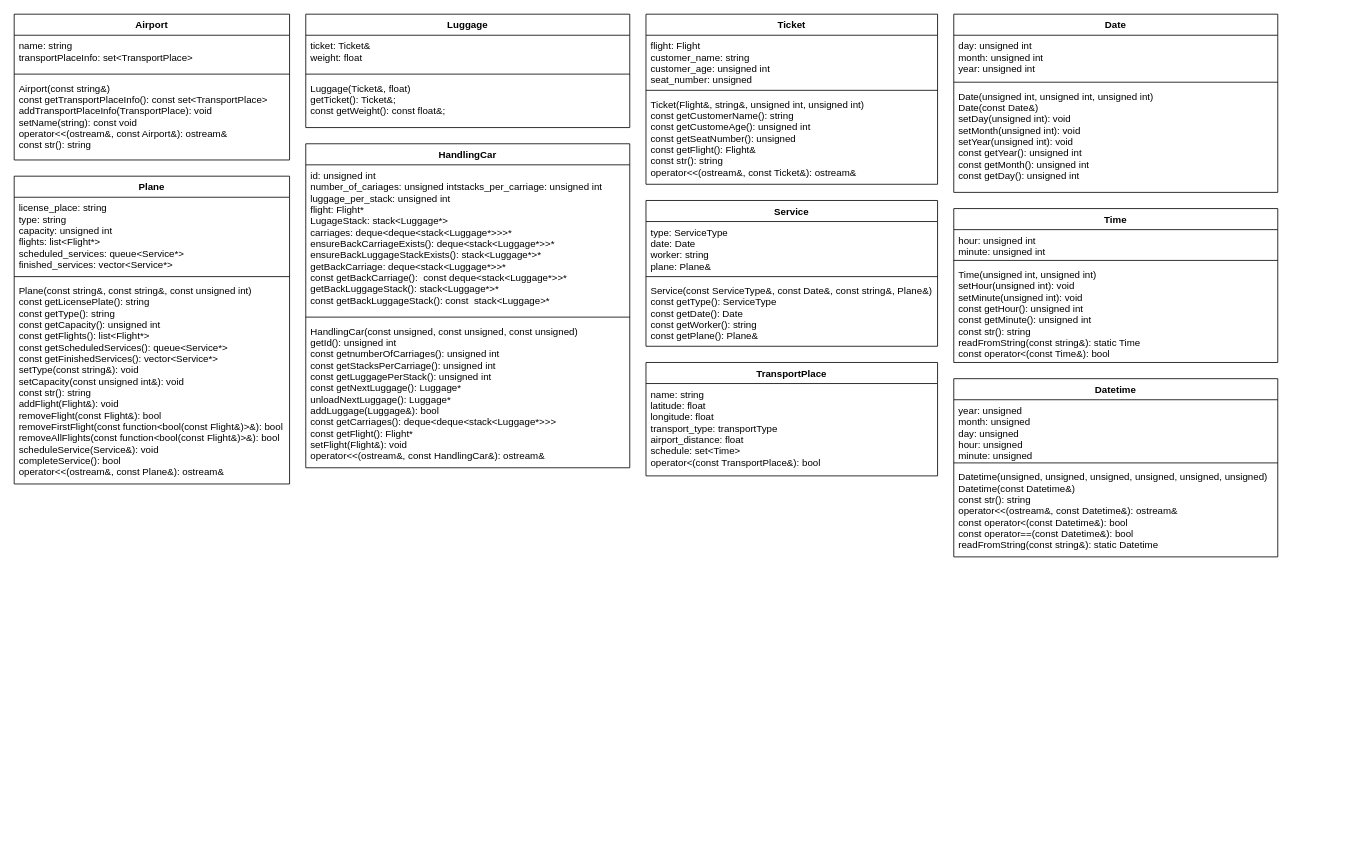
Before: Untitled Diagram.drawio in dendinho-e-bolinha/airline, a draw.io diagram. Source tidied: cells renumbered, new cells numbered last; positions are measured from the earlier drawing's top-left corner, leaving out a move shared by most shapes. Both pictures are drawn from the tidied source at 81%, with x=0, y=0 at pixel (14, 14).
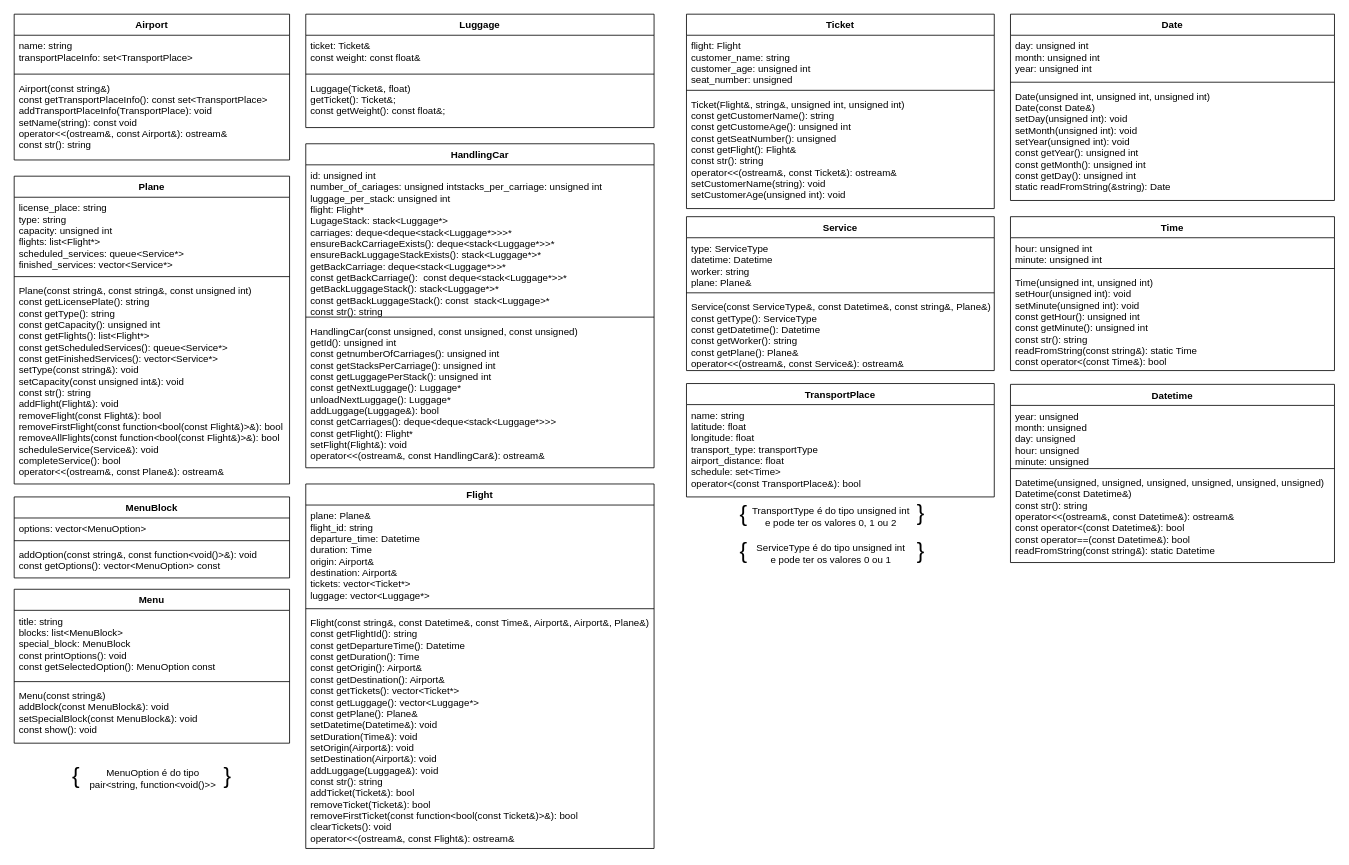
The same diagram, later.

Commit message:
Updated class diagram

What changed in the source:
```diff
@@
     <mxCell id="6" value="TransportPlace" style="swimlane;fontStyle=1;align=center;verticalAlign=top;horizontal=1;startSize=26;glass=0;strokeColor=default;" parent="1" vertex="1">
-      <mxGeometry x="780" y="430" width="360" height="140" as="geometry" />
+      <mxGeometry x="830" y="456" width="380" height="140" as="geometry" />
     </mxCell>
     <mxCell id="7" value="name: string&#10;latitude: float&#10;longitude: float&#10;transport_type: transportType&#10;airport_distance: float&#10;schedule: set&lt;Time&gt;&#10;operator&lt;(const TransportPlace&amp;): bool" style="text;strokeColor=none;fillColor=none;align=left;verticalAlign=top;spacingLeft=4;spacingRight=4;overflow=hidden;glass=0;" parent="6" vertex="1">
-      <mxGeometry y="26" width="360" height="114" as="geometry" />
+      <mxGeometry y="26" width="380" height="114" as="geometry" />
     </mxCell>
     <mxCell id="8" value="Ticket" style="swimlane;fontStyle=1;align=center;verticalAlign=top;horizontal=1;startSize=26;glass=0;strokeColor=default;" parent="1" vertex="1">
-      <mxGeometry x="780" width="360" height="210" as="geometry" />
+      <mxGeometry x="830" width="380" height="240" as="geometry" />
     </mxCell>
     <mxCell id="9" value="flight: Flight&#10;customer_name: string&#10;customer_age: unsigned int&#10;seat_number: unsigned&#10;" style="text;strokeColor=none;fillColor=none;align=left;verticalAlign=top;spacingLeft=4;spacingRight=4;overflow=hidden;glass=0;" parent="8" vertex="1">
-      <mxGeometry y="26" width="360" height="64" as="geometry" />
+      <mxGeometry y="26" width="380" height="64" as="geometry" />
     </mxCell>
     <mxCell id="10" style="line;strokeWidth=1;fillColor=none;align=left;verticalAlign=middle;spacingTop=-1;spacingLeft=3;spacingRight=3;labelPosition=right;glass=0;" parent="8" vertex="1">
-      <mxGeometry y="90" width="360" height="8" as="geometry" />
+      <mxGeometry y="90" width="380" height="8" as="geometry" />
     </mxCell>
-    <mxCell id="11" value="Ticket(Flight&amp;, string&amp;, unsigned int, unsigned int)&#10;const getCustomerName(): string&#10;const getCustomeAge(): unsigned int&#10;const getSeatNumber(): unsigned&#10;const getFlight(): Flight&amp;&#10;const str(): string&#10;operator&lt;&lt;(ostream&amp;, const Ticket&amp;): ostream&amp;&#10;&#10;" style="text;strokeColor=none;fillColor=none;align=left;verticalAlign=top;spacingLeft=4;spacingRight=4;overflow=hidden;glass=0;" parent="8" vertex="1">
-      <mxGeometry y="98" width="360" height="112" as="geometry" />
+    <mxCell id="11" value="Ticket(Flight&amp;, string&amp;, unsigned int, unsigned int)&#10;const getCustomerName(): string&#10;const getCustomeAge(): unsigned int&#10;const getSeatNumber(): unsigned&#10;const getFlight(): Flight&amp;&#10;const str(): string&#10;operator&lt;&lt;(ostream&amp;, const Ticket&amp;): ostream&amp;&#10;setCustomerName(string): void&#10;setCustomerAge(unsigned int): void&#10;" style="text;strokeColor=none;fillColor=none;align=left;verticalAlign=top;spacingLeft=4;spacingRight=4;overflow=hidden;glass=0;" parent="8" vertex="1">
+      <mxGeometry y="98" width="380" height="142" as="geometry" />
     </mxCell>
@@
     <mxCell id="16" value="Service" style="swimlane;fontStyle=1;align=center;verticalAlign=top;horizontal=1;startSize=26;glass=0;strokeColor=default;" parent="1" vertex="1">
-      <mxGeometry x="780" y="230" width="360" height="180" as="geometry" />
+      <mxGeometry x="830" y="250" width="380" height="190" as="geometry" />
     </mxCell>
-    <mxCell id="17" value="type: ServiceType&#10;date: Date&#10;worker: string&#10;plane: Plane&amp;&#10;" style="text;strokeColor=none;fillColor=none;align=left;verticalAlign=top;spacingLeft=4;spacingRight=4;overflow=hidden;glass=0;" parent="16" vertex="1">
-      <mxGeometry y="26" width="360" height="64" as="geometry" />
+    <mxCell id="17" value="type: ServiceType&#10;datetime: Datetime&#10;worker: string&#10;plane: Plane&amp;&#10;" style="text;strokeColor=none;fillColor=none;align=left;verticalAlign=top;spacingLeft=4;spacingRight=4;overflow=hidden;glass=0;" parent="16" vertex="1">
+      <mxGeometry y="26" width="380" height="64" as="geometry" />
     </mxCell>
     <mxCell id="18" style="line;strokeWidth=1;fillColor=none;align=left;verticalAlign=middle;spacingTop=-1;spacingLeft=3;spacingRight=3;labelPosition=right;glass=0;" parent="16" vertex="1">
-      <mxGeometry y="90" width="360" height="8" as="geometry" />
+      <mxGeometry y="90" width="380" height="8" as="geometry" />
     </mxCell>
-    <mxCell id="19" value="Service(const ServiceType&amp;, const Date&amp;, const string&amp;, Plane&amp;)&#10;const getType(): ServiceType&#10;const getDate(): Date&#10;const getWorker(): string&#10;const getPlane(): Plane&amp;&#10;" style="text;strokeColor=none;fillColor=none;align=left;verticalAlign=top;spacingLeft=4;spacingRight=4;overflow=hidden;glass=0;" parent="16" vertex="1">
-      <mxGeometry y="98" width="360" height="82" as="geometry" />
+    <mxCell id="19" value="Service(const ServiceType&amp;, const Datetime&amp;, const string&amp;, Plane&amp;)&#10;const getType(): ServiceType&#10;const getDatetime(): Datetime&#10;const getWorker(): string&#10;const getPlane(): Plane&amp;&#10;operator&lt;&lt;(ostream&amp;, const Service&amp;): ostream&amp;&#10;" style="text;strokeColor=none;fillColor=none;align=left;verticalAlign=top;spacingLeft=4;spacingRight=4;overflow=hidden;glass=0;" parent="16" vertex="1">
+      <mxGeometry y="98" width="380" height="92" as="geometry" />
     </mxCell>
     <mxCell id="20" value="Date" style="swimlane;fontStyle=1;align=center;verticalAlign=top;horizontal=1;startSize=26;glass=0;strokeColor=default;" parent="1" vertex="1">
-      <mxGeometry x="1160" width="400" height="220" as="geometry" />
+      <mxGeometry x="1230" width="400" height="230" as="geometry" />
     </mxCell>
@@
-    <mxCell id="23" value="Date(unsigned int, unsigned int, unsigned int)&#10;Date(const Date&amp;)&#10;setDay(unsigned int): void&#10;setMonth(unsigned int): void&#10;setYear(unsigned int): void&#10;const getYear(): unsigned int&#10;const getMonth(): unsigned int&#10;const getDay(): unsigned int" style="text;strokeColor=none;fillColor=none;align=left;verticalAlign=top;spacingLeft=4;spacingRight=4;overflow=hidden;glass=0;" parent="20" vertex="1">
-      <mxGeometry y="88" width="400" height="132" as="geometry" />
+    <mxCell id="23" value="Date(unsigned int, unsigned int, unsigned int)&#10;Date(const Date&amp;)&#10;setDay(unsigned int): void&#10;setMonth(unsigned int): void&#10;setYear(unsigned int): void&#10;const getYear(): unsigned int&#10;const getMonth(): unsigned int&#10;const getDay(): unsigned int&#10;static readFromString(&amp;string): Date&#10;" style="text;strokeColor=none;fillColor=none;align=left;verticalAlign=top;spacingLeft=4;spacingRight=4;overflow=hidden;glass=0;" parent="20" vertex="1">
+      <mxGeometry y="88" width="400" height="142" as="geometry" />
     </mxCell>
     <mxCell id="24" value="Time" style="swimlane;fontStyle=1;align=center;verticalAlign=top;horizontal=1;startSize=26;glass=0;strokeColor=default;" parent="1" vertex="1">
-      <mxGeometry x="1160" y="240" width="400" height="190" as="geometry" />
+      <mxGeometry x="1230" y="250" width="400" height="190" as="geometry" />
     </mxCell>
@@
     <mxCell id="28" value="Luggage" style="swimlane;fontStyle=1;align=center;verticalAlign=top;horizontal=1;startSize=26;glass=0;strokeColor=default;" parent="1" vertex="1">
-      <mxGeometry x="360" width="400" height="140" as="geometry" />
+      <mxGeometry x="360" width="430" height="140" as="geometry" />
     </mxCell>
-    <mxCell id="29" value="ticket: Ticket&amp;&#10;weight: float&#10;" style="text;strokeColor=none;fillColor=none;align=left;verticalAlign=top;spacingLeft=4;spacingRight=4;overflow=hidden;glass=0;" parent="28" vertex="1">
-      <mxGeometry y="26" width="400" height="44" as="geometry" />
+    <mxCell id="29" value="ticket: Ticket&amp;&#10;const weight: const float&amp;&#10;" style="text;strokeColor=none;fillColor=none;align=left;verticalAlign=top;spacingLeft=4;spacingRight=4;overflow=hidden;glass=0;" parent="28" vertex="1">
+      <mxGeometry y="26" width="430" height="44" as="geometry" />
     </mxCell>
     <mxCell id="30" style="line;strokeWidth=1;fillColor=none;align=left;verticalAlign=middle;spacingTop=-1;spacingLeft=3;spacingRight=3;labelPosition=right;glass=0;" parent="28" vertex="1">
-      <mxGeometry y="70" width="400" height="8" as="geometry" />
+      <mxGeometry y="70" width="430" height="8" as="geometry" />
     </mxCell>
     <mxCell id="31" value="Luggage(Ticket&amp;, float)&#10;getTicket(): Ticket&amp;;&#10;const getWeight(): const float&amp;;&#10;" style="text;strokeColor=none;fillColor=none;align=left;verticalAlign=top;spacingLeft=4;spacingRight=4;overflow=hidden;glass=0;" parent="28" vertex="1">
-      <mxGeometry y="78" width="400" height="62" as="geometry" />
+      <mxGeometry y="78" width="430" height="62" as="geometry" />
     </mxCell>
     <mxCell id="32" value="HandlingCar" style="swimlane;fontStyle=1;align=center;verticalAlign=top;horizontal=1;startSize=26;" parent="1" vertex="1">
-      <mxGeometry x="360" y="160" width="400" height="400" as="geometry" />
+      <mxGeometry x="360" y="160" width="430" height="400" as="geometry" />
     </mxCell>
-    <mxCell id="33" value="id: unsigned int&#10;number_of_cariages: unsigned intstacks_per_carriage: unsigned int&#10;luggage_per_stack: unsigned int&#10;flight: Flight*&#10;LugageStack: stack&lt;Luggage*&gt;&#10;carriages: deque&lt;deque&lt;stack&lt;Luggage*&gt;&gt;&gt;*&#10;ensureBackCarriageExists(): deque&lt;stack&lt;Luggage*&gt;&gt;*&#10;ensureBackLuggageStackExists(): stack&lt;Luggage*&gt;*&#10;getBackCarriage: deque&lt;stack&lt;Luggage*&gt;&gt;*&#10;const getBackCarriage():  const deque&lt;stack&lt;Luggage*&gt;&gt;*&#10;getBackLuggageStack(): stack&lt;Luggage*&gt;*&#10;const getBackLuggageStack(): const  stack&lt;Luggage&gt;*&#10;" style="text;strokeColor=none;fillColor=none;align=left;verticalAlign=top;spacingLeft=4;spacingRight=4;overflow=hidden;" parent="32" vertex="1">
-      <mxGeometry y="26" width="400" height="184" as="geometry" />
+    <mxCell id="33" value="id: unsigned int&#10;number_of_cariages: unsigned intstacks_per_carriage: unsigned int&#10;luggage_per_stack: unsigned int&#10;flight: Flight*&#10;LugageStack: stack&lt;Luggage*&gt;&#10;carriages: deque&lt;deque&lt;stack&lt;Luggage*&gt;&gt;&gt;*&#10;ensureBackCarriageExists(): deque&lt;stack&lt;Luggage*&gt;&gt;*&#10;ensureBackLuggageStackExists(): stack&lt;Luggage*&gt;*&#10;getBackCarriage: deque&lt;stack&lt;Luggage*&gt;&gt;*&#10;const getBackCarriage():  const deque&lt;stack&lt;Luggage*&gt;&gt;*&#10;getBackLuggageStack(): stack&lt;Luggage*&gt;*&#10;const getBackLuggageStack(): const  stack&lt;Luggage&gt;*&#10;const str(): string&#10;&#10;" style="text;strokeColor=none;fillColor=none;align=left;verticalAlign=top;spacingLeft=4;spacingRight=4;overflow=hidden;" parent="32" vertex="1">
+      <mxGeometry y="26" width="430" height="184" as="geometry" />
     </mxCell>
     <mxCell id="34" style="line;strokeWidth=1;fillColor=none;align=left;verticalAlign=middle;spacingTop=-1;spacingLeft=3;spacingRight=3;labelPosition=right;" parent="32" vertex="1">
-      <mxGeometry y="210" width="400" height="8" as="geometry" />
+      <mxGeometry y="210" width="430" height="8" as="geometry" />
     </mxCell>
     <mxCell id="35" value="HandlingCar(const unsigned, const unsigned, const unsigned)&#10;getId(): unsigned int&#10;const getnumberOfCarriages(): unsigned int&#10;const getStacksPerCarriage(): unsigned int&#10;const getLuggagePerStack(): unsigned int&#10;const getNextLuggage(): Luggage*&#10;unloadNextLuggage(): Luggage*&#10;addLuggage(Luggage&amp;): bool&#10;const getCarriages(): deque&lt;deque&lt;stack&lt;Luggage*&gt;&gt;&gt;&#10;const getFlight(): Flight*&#10;setFlight(Flight&amp;): void&#10;operator&lt;&lt;(ostream&amp;, const HandlingCar&amp;): ostream&amp;&#10;&#10;&#10;&#10;" style="text;strokeColor=none;fillColor=none;align=left;verticalAlign=top;spacingLeft=4;spacingRight=4;overflow=hidden;" parent="32" vertex="1">
-      <mxGeometry y="218" width="400" height="182" as="geometry" />
+      <mxGeometry y="218" width="430" height="182" as="geometry" />
     </mxCell>
     <mxCell id="36" value="Datetime" style="swimlane;fontStyle=1;align=center;verticalAlign=top;horizontal=1;startSize=26;glass=0;strokeColor=default;" parent="1" vertex="1">
-      <mxGeometry x="1160" y="450" width="400" height="220" as="geometry" />
+      <mxGeometry x="1230" y="457" width="400" height="220" as="geometry" />
     </mxCell>
@@
+    <mxCell id="40" value="MenuBlock" style="swimlane;fontStyle=1;align=center;verticalAlign=top;horizontal=1;startSize=26;" parent="1" vertex="1">
+      <mxGeometry y="596" width="340" height="100" as="geometry" />
+    </mxCell>
+    <mxCell id="41" value="options: vector&lt;MenuOption&gt;" style="text;strokeColor=none;fillColor=none;align=left;verticalAlign=top;spacingLeft=4;spacingRight=4;overflow=hidden;" parent="40" vertex="1">
+      <mxGeometry y="26" width="340" height="24" as="geometry" />
+    </mxCell>
+    <mxCell id="42" style="line;strokeWidth=1;fillColor=none;align=left;verticalAlign=middle;spacingTop=-1;spacingLeft=3;spacingRight=3;labelPosition=right;" parent="40" vertex="1">
+      <mxGeometry y="50" width="340" height="8" as="geometry" />
+    </mxCell>
+    <mxCell id="43" value="addOption(const string&amp;, const function&lt;void()&gt;&amp;): void&#10;const getOptions(): vector&lt;MenuOption&gt; const&#10;" style="text;strokeColor=none;fillColor=none;align=left;verticalAlign=top;spacingLeft=4;spacingRight=4;overflow=hidden;" parent="40" vertex="1">
+      <mxGeometry y="58" width="340" height="42" as="geometry" />
+    </mxCell>
+    <mxCell id="44" value="Menu" style="swimlane;fontStyle=1;align=center;verticalAlign=top;horizontal=1;startSize=26;" parent="1" vertex="1">
+      <mxGeometry y="710" width="340" height="190" as="geometry" />
+    </mxCell>
+    <mxCell id="45" value="title: string&#10;blocks: list&lt;MenuBlock&gt;&#10;special_block: MenuBlock&#10;const printOptions(): void&#10;const getSelectedOption(): MenuOption const&#10;" style="text;strokeColor=none;fillColor=none;align=left;verticalAlign=top;spacingLeft=4;spacingRight=4;overflow=hidden;" parent="44" vertex="1">
+      <mxGeometry y="26" width="340" height="84" as="geometry" />
+    </mxCell>
+    <mxCell id="46" style="line;strokeWidth=1;fillColor=none;align=left;verticalAlign=middle;spacingTop=-1;spacingLeft=3;spacingRight=3;labelPosition=right;" parent="44" vertex="1">
+      <mxGeometry y="110" width="340" height="8" as="geometry" />
+    </mxCell>
+    <mxCell id="47" value="Menu(const string&amp;)&#10;addBlock(const MenuBlock&amp;): void&#10;setSpecialBlock(const MenuBlock&amp;): void&#10;const show(): void&#10;" style="text;strokeColor=none;fillColor=none;align=left;verticalAlign=top;spacingLeft=4;spacingRight=4;overflow=hidden;" parent="44" vertex="1">
+      <mxGeometry y="118" width="340" height="72" as="geometry" />
+    </mxCell>
+    <mxCell id="48" value="{" style="text;html=1;align=center;verticalAlign=middle;strokeColor=none;fillColor=none;fontSize=28;" parent="1" vertex="1">
+      <mxGeometry x="890" y="596" width="20" height="40" as="geometry" />
+    </mxCell>
+    <mxCell id="49" value="{" style="text;html=1;align=center;verticalAlign=middle;strokeColor=none;fillColor=none;fontSize=28;rotation=-180;" parent="1" vertex="1">
+      <mxGeometry x="1110" y="602" width="20" height="40" as="geometry" />
+    </mxCell>
+    <mxCell id="50" value="&lt;div&gt;TransportType é do tipo unsigned int&lt;/div&gt;&lt;div&gt; e pode ter os valores 0, 1 ou 2&lt;/div&gt;" style="text;html=1;align=center;verticalAlign=middle;strokeColor=none;fillColor=none;fontSize=12;" parent="1" vertex="1">
+      <mxGeometry x="903" y="605" width="210" height="30" as="geometry" />
+    </mxCell>
+    <mxCell id="51" value="{" style="text;html=1;align=center;verticalAlign=middle;strokeColor=none;fillColor=none;fontSize=28;" parent="1" vertex="1">
+      <mxGeometry x="890" y="642" width="20" height="40" as="geometry" />
+    </mxCell>
+    <mxCell id="52" value="{" style="text;html=1;align=center;verticalAlign=middle;strokeColor=none;fillColor=none;fontSize=28;rotation=-180;" parent="1" vertex="1">
+      <mxGeometry x="1110" y="648" width="20" height="40" as="geometry" />
+    </mxCell>
+    <mxCell id="53" value="&lt;div&gt;ServiceType é do tipo unsigned int&lt;/div&gt;&lt;div&gt;e pode ter os valores 0 ou 1&lt;br&gt;&lt;/div&gt;" style="text;html=1;align=center;verticalAlign=middle;strokeColor=none;fillColor=none;fontSize=12;" parent="1" vertex="1">
+      <mxGeometry x="908" y="651" width="200" height="30" as="geometry" />
+    </mxCell>
+    <mxCell id="54" value="{" style="text;html=1;align=center;verticalAlign=middle;strokeColor=none;fillColor=none;fontSize=28;" parent="1" vertex="1">
+      <mxGeometry x="65.5" y="920" width="20" height="40" as="geometry" />
+    </mxCell>
+    <mxCell id="55" value="{" style="text;html=1;align=center;verticalAlign=middle;strokeColor=none;fillColor=none;fontSize=28;rotation=-180;" parent="1" vertex="1">
+      <mxGeometry x="254.5" y="926" width="20" height="40" as="geometry" />
+    </mxCell>
+    <mxCell id="56" value="&lt;div&gt;MenuOption é do tipo&lt;/div&gt;&lt;div&gt;pair&amp;lt;string, function&amp;lt;void()&amp;gt;&amp;gt;&lt;br&gt;&lt;/div&gt;" style="text;html=1;align=center;verticalAlign=middle;strokeColor=none;fillColor=none;fontSize=12;" parent="1" vertex="1">
+      <mxGeometry x="85.5" y="929" width="170" height="30" as="geometry" />
+    </mxCell>
+    <mxCell id="57" value="Flight" style="swimlane;fontStyle=1;align=center;verticalAlign=top;horizontal=1;startSize=26;fontSize=12;" parent="1" vertex="1">
+      <mxGeometry x="360" y="580" width="430" height="450" as="geometry" />
+    </mxCell>
+    <mxCell id="58" value="plane: Plane&amp;&#10;flight_id: string&#10;departure_time: Datetime&#10;duration: Time&#10;origin: Airport&amp;&#10;destination: Airport&amp;&#10;tickets: vector&lt;Ticket*&gt;&#10;luggage: vector&lt;Luggage*&gt;&#10;" style="text;strokeColor=none;fillColor=none;align=left;verticalAlign=top;spacingLeft=4;spacingRight=4;overflow=hidden;fontSize=12;" parent="57" vertex="1">
+      <mxGeometry y="26" width="430" height="124" as="geometry" />
+    </mxCell>
+    <mxCell id="59" style="line;strokeWidth=1;fillColor=none;align=left;verticalAlign=middle;spacingTop=-1;spacingLeft=3;spacingRight=3;labelPosition=right;fontSize=28;" parent="57" vertex="1">
+      <mxGeometry y="150" width="430" height="8" as="geometry" />
+    </mxCell>
+    <mxCell id="60" value="Flight(const string&amp;, const Datetime&amp;, const Time&amp;, Airport&amp;, Airport&amp;, Plane&amp;)&#10;const getFlightId(): string&#10;const getDepartureTime(): Datetime&#10;const getDuration(): Time&#10;const getOrigin(): Airport&amp;&#10;const getDestination(): Airport&amp;&#10;const getTickets(): vector&lt;Ticket*&gt;&#10;const getLuggage(): vector&lt;Luggage*&gt;&#10;const getPlane(): Plane&amp;&#10;setDatetime(Datetime&amp;): void&#10;setDuration(Time&amp;): void&#10;setOrigin(Airport&amp;): void&#10;setDestination(Airport&amp;): void&#10;addLuggage(Luggage&amp;): void&#10;const str(): string&#10;addTicket(Ticket&amp;): bool&#10;removeTicket(Ticket&amp;): bool&#10;removeFirstTicket(const function&lt;bool(const Ticket&amp;)&gt;&amp;): bool&#10;clearTickets(): void&#10;operator&lt;&lt;(ostream&amp;, const Flight&amp;): ostream&amp;&#10;" style="text;strokeColor=none;fillColor=none;align=left;verticalAlign=top;spacingLeft=4;spacingRight=4;overflow=hidden;fontSize=12;" parent="57" vertex="1">
+      <mxGeometry y="158" width="430" height="292" as="geometry" />
+    </mxCell>
```
